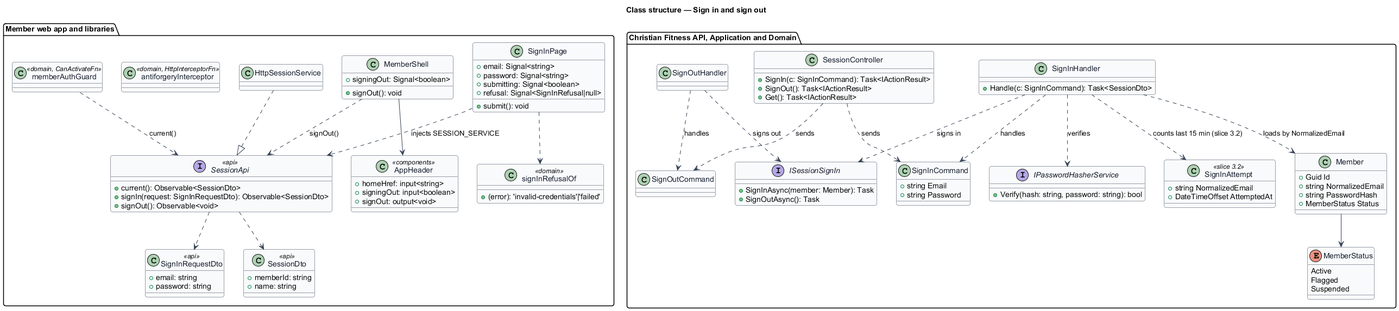
This is docs/detailed-designs/member-access/sign-in-and-out/diagrams/class-structure.png from QuinntyneBrown/christian-fitness, a PlantUML export, as it was before one commit. Its diagram source:
```plantuml
@startuml
skinparam backgroundColor #FFFFFF
skinparam shadowing false
skinparam roundcorner 8
skinparam defaultFontName Arial
skinparam ArrowColor #344054
skinparam class {
  BorderColor #344054
  FontColor #101828
  BackgroundColor #F9FAFB
}
title Class structure — Sign in and sign out
package "Member web app and libraries" {
  class SignInPage {
    +email: Signal<string>
    +password: Signal<string>
    +submitting: Signal<boolean>
    +refusal: Signal<SignInRefusal|null>
    +submit(): void
  }
  class MemberShell {
    +signingOut: Signal<boolean>
    +signOut(): void
  }
  class AppHeader <<components>> {
    +homeHref: input<string>
    +signingOut: input<boolean>
    +signOut: output<void>
  }
  class memberAuthGuard <<domain, CanActivateFn>>
  class antiforgeryInterceptor <<domain, HttpInterceptorFn>>
  class signInRefusalOf <<domain>> {
    +(error): 'invalid-credentials'|'failed'
  }
  interface SessionApi <<api>> {
    +current(): Observable<SessionDto>
    +signIn(request: SignInRequestDto): Observable<SessionDto>
    +signOut(): Observable<void>
  }
  class HttpSessionService
  class SignInRequestDto <<api>> {
    +email: string
    +password: string
  }
  class SessionDto <<api>> {
    +memberId: string
    +name: string
  }
}
package "Christian Fitness API, Application and Domain" {
  class SessionController {
    +SignIn(c: SignInCommand): Task<IActionResult>
    +SignOut(): Task<IActionResult>
    +Get(): Task<IActionResult>
  }
  class SignInCommand {
    +string Email
    +string Password
  }
  class SignInHandler {
    +Handle(c: SignInCommand): Task<SessionDto>
  }
  class SignOutCommand
  class SignOutHandler
  interface ISessionSignIn {
    +SignInAsync(member: Member): Task
    +SignOutAsync(): Task
  }
  interface IPasswordHasherService {
    +Verify(hash: string, password: string): bool
  }
  class SignInAttempt <<slice 3.2>> {
    +string NormalizedEmail
    +DateTimeOffset AttemptedAt
  }
  class Member {
    +Guid Id
    +string NormalizedEmail
    +string PasswordHash
    +MemberStatus Status
  }
  enum MemberStatus {
    Active
    Flagged
    Suspended
  }
}
HttpSessionService ..|> SessionApi
SignInPage ..> SessionApi : injects SESSION_SERVICE
SignInPage ..> signInRefusalOf
MemberShell --> AppHeader
MemberShell ..> SessionApi : signOut()
memberAuthGuard ..> SessionApi : current()
SessionApi ..> SignInRequestDto
SessionApi ..> SessionDto
SessionController ..> SignInCommand : sends
SessionController ..> SignOutCommand : sends
SignInHandler ..> SignInCommand : handles
SignOutHandler ..> SignOutCommand : handles
SignInHandler ..> IPasswordHasherService : verifies
SignInHandler ..> ISessionSignIn : signs in
SignOutHandler ..> ISessionSignIn : signs out
SignInHandler ..> Member : loads by NormalizedEmail
SignInHandler ..> SignInAttempt : counts last 15 min (slice 3.2)
Member --> MemberStatus
@enduml
```
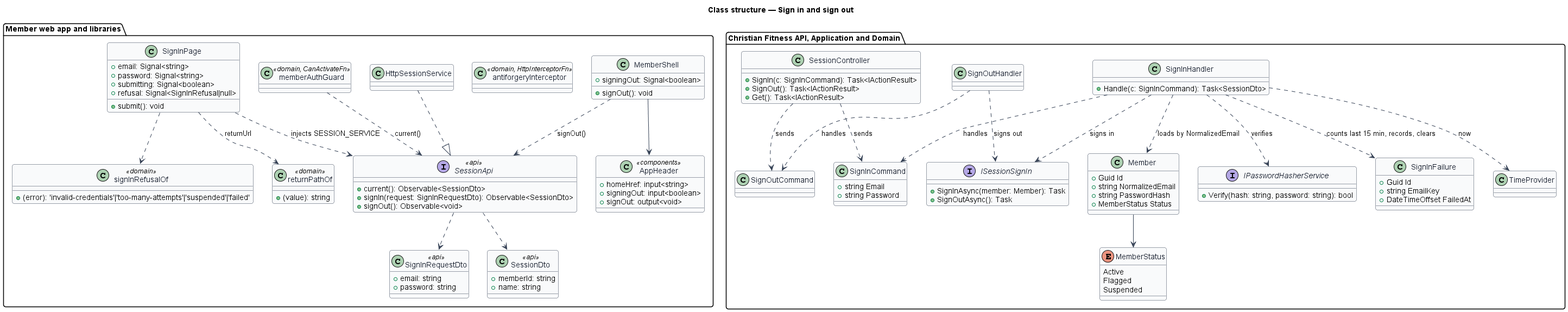
After the change.

What changed in the source:
```diff
@@ -30,7 +30,10 @@
   class memberAuthGuard <<domain, CanActivateFn>>
   class antiforgeryInterceptor <<domain, HttpInterceptorFn>>
   class signInRefusalOf <<domain>> {
-    +(error): 'invalid-credentials'|'failed'
+    +(error): 'invalid-credentials'|'too-many-attempts'|'suspended'|'failed'
+  }
+  class returnPathOf <<domain>> {
+    +(value): string
   }
   interface SessionApi <<api>> {
     +current(): Observable<SessionDto>
@@ -69,10 +72,12 @@
   interface IPasswordHasherService {
     +Verify(hash: string, password: string): bool
   }
-  class SignInAttempt <<slice 3.2>> {
-    +string NormalizedEmail
-    +DateTimeOffset AttemptedAt
+  class SignInFailure {
+    +Guid Id
+    +string EmailKey
+    +DateTimeOffset FailedAt
   }
+  class TimeProvider
   class Member {
     +Guid Id
     +string NormalizedEmail
@@ -88,6 +93,7 @@
 HttpSessionService ..|> SessionApi
 SignInPage ..> SessionApi : injects SESSION_SERVICE
 SignInPage ..> signInRefusalOf
+SignInPage ..> returnPathOf : returnUrl
 MemberShell --> AppHeader
 MemberShell ..> SessionApi : signOut()
 memberAuthGuard ..> SessionApi : current()
@@ -101,6 +107,7 @@
 SignInHandler ..> ISessionSignIn : signs in
 SignOutHandler ..> ISessionSignIn : signs out
 SignInHandler ..> Member : loads by NormalizedEmail
-SignInHandler ..> SignInAttempt : counts last 15 min (slice 3.2)
+SignInHandler ..> SignInFailure : counts last 15 min, records, clears
+SignInHandler ..> TimeProvider : now
 Member --> MemberStatus
 @enduml
```
